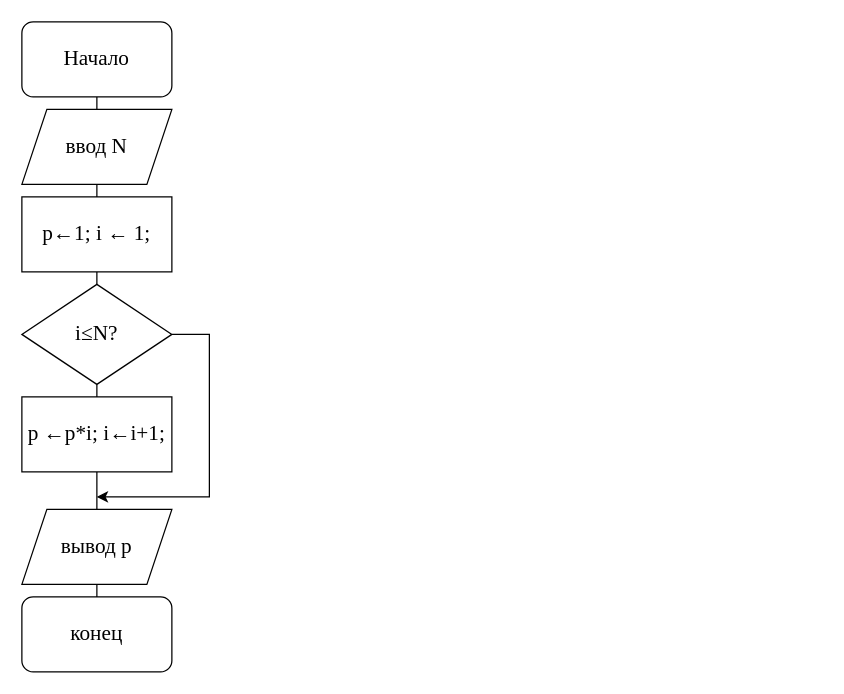
This is educational practice/alghoritm D variations.drawio from lenferer/draw.io, a draw.io file, before an edit. Source tidied: cells renumbered, new cells numbered last; positions are measured from the earlier drawing's top-left corner, leaving out a move shared by most shapes. Both pictures are drawn from the tidied source at 125%, with x=0, y=0 at pixel (21, 21).
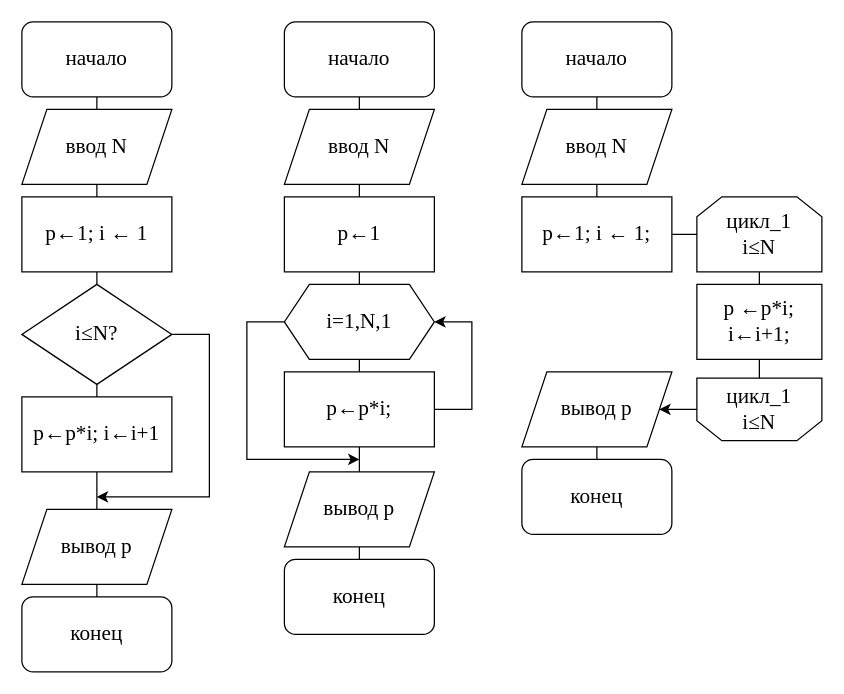
The same diagram, later.

The edit, as a diff of the source:
```diff
@@
-    <mxCell id="2" value="Начало" style="rounded=1;whiteSpace=wrap;html=1;fontFamily=Times New Roman;fontSize=17;" parent="1" vertex="1">
+    <mxCell id="2" value="начало" style="rounded=1;whiteSpace=wrap;html=1;fontFamily=Times New Roman;fontSize=17;" parent="1" vertex="1">
       <mxGeometry width="120" height="60" as="geometry" />
     </mxCell>
@@
-    <mxCell id="4" value="&lt;span style=&quot;font-size: 17px;&quot; lang=&quot;EN-US&quot;&gt;p&lt;/span&gt;&lt;span style=&quot;font-size: 17px;&quot;&gt;←1; &lt;/span&gt;&lt;span style=&quot;font-size: 17px;&quot; lang=&quot;EN-US&quot;&gt;i&lt;/span&gt;&lt;span style=&quot;font-size: 17px;&quot;&gt; ← 1;&lt;/span&gt;" style="rounded=0;whiteSpace=wrap;html=1;fontFamily=Times New Roman;fontSize=17;" parent="1" vertex="1">
+    <mxCell id="4" value="&lt;span style=&quot;font-size: 17px&quot; lang=&quot;EN-US&quot;&gt;p&lt;/span&gt;&lt;span style=&quot;font-size: 17px&quot;&gt;←1; &lt;/span&gt;&lt;span style=&quot;font-size: 17px&quot; lang=&quot;EN-US&quot;&gt;i&lt;/span&gt;&lt;span style=&quot;font-size: 17px&quot;&gt; ← 1&lt;/span&gt;" style="rounded=0;whiteSpace=wrap;html=1;fontFamily=Times New Roman;fontSize=17;" parent="1" vertex="1">
       <mxGeometry y="140" width="120" height="60" as="geometry" />
     </mxCell>
@@
-    <mxCell id="6" value="&lt;span style=&quot;font-size: 17px;&quot; lang=&quot;EN-US&quot;&gt;p&lt;/span&gt;&lt;span style=&quot;font-size: 17px;&quot;&gt; ←&lt;/span&gt;&lt;span style=&quot;font-size: 17px;&quot; lang=&quot;EN-US&quot;&gt;p&lt;/span&gt;&lt;span style=&quot;font-size: 17px;&quot;&gt;*&lt;/span&gt;&lt;span style=&quot;font-size: 17px;&quot; lang=&quot;EN-US&quot;&gt;i&lt;/span&gt;&lt;span style=&quot;font-size: 17px;&quot;&gt;; &lt;/span&gt;&lt;span style=&quot;font-size: 17px;&quot; lang=&quot;EN-US&quot;&gt;i&lt;/span&gt;&lt;span style=&quot;font-size: 17px;&quot;&gt;←&lt;/span&gt;&lt;span style=&quot;font-size: 17px;&quot; lang=&quot;EN-US&quot;&gt;i&lt;/span&gt;&lt;span style=&quot;font-size: 17px;&quot;&gt;+1;&lt;/span&gt;" style="rounded=0;whiteSpace=wrap;html=1;fontFamily=Times New Roman;fontSize=17;" parent="1" vertex="1">
+    <mxCell id="6" value="&lt;span style=&quot;font-size: 17px&quot; lang=&quot;EN-US&quot;&gt;p&lt;/span&gt;&lt;span style=&quot;font-size: 17px&quot;&gt;←&lt;/span&gt;&lt;span style=&quot;font-size: 17px&quot; lang=&quot;EN-US&quot;&gt;p&lt;/span&gt;&lt;span style=&quot;font-size: 17px&quot;&gt;*&lt;/span&gt;&lt;span style=&quot;font-size: 17px&quot; lang=&quot;EN-US&quot;&gt;i&lt;/span&gt;&lt;span style=&quot;font-size: 17px&quot;&gt;; &lt;/span&gt;&lt;span style=&quot;font-size: 17px&quot; lang=&quot;EN-US&quot;&gt;i&lt;/span&gt;&lt;span style=&quot;font-size: 17px&quot;&gt;←&lt;/span&gt;&lt;span style=&quot;font-size: 17px&quot; lang=&quot;EN-US&quot;&gt;i&lt;/span&gt;&lt;span style=&quot;font-size: 17px&quot;&gt;+1&lt;/span&gt;" style="rounded=0;whiteSpace=wrap;html=1;fontFamily=Times New Roman;fontSize=17;" parent="1" vertex="1">
       <mxGeometry y="300" width="120" height="60" as="geometry" />
     </mxCell>
@@
+    <mxCell id="16" value="начало" style="rounded=1;whiteSpace=wrap;html=1;fontFamily=Times New Roman;fontSize=17;" parent="1" vertex="1">
+      <mxGeometry x="210" width="120" height="60" as="geometry" />
+    </mxCell>
+    <mxCell id="17" value="ввод N" style="shape=parallelogram;perimeter=parallelogramPerimeter;whiteSpace=wrap;html=1;fixedSize=1;fontFamily=Times New Roman;fontSize=17;" parent="1" vertex="1">
+      <mxGeometry x="210" y="70" width="120" height="60" as="geometry" />
+    </mxCell>
+    <mxCell id="18" value="&lt;span style=&quot;font-size: 17px&quot; lang=&quot;EN-US&quot;&gt;p&lt;/span&gt;&lt;span style=&quot;font-size: 17px&quot;&gt;←1&lt;/span&gt;&lt;span style=&quot;font-size: 17px&quot; lang=&quot;EN-US&quot;&gt;&lt;/span&gt;&lt;span style=&quot;font-size: 17px&quot;&gt;&lt;br&gt;&lt;/span&gt;" style="rounded=0;whiteSpace=wrap;html=1;fontFamily=Times New Roman;fontSize=17;" parent="1" vertex="1">
+      <mxGeometry x="210" y="140" width="120" height="60" as="geometry" />
+    </mxCell>
+    <mxCell id="19" value="&lt;span style=&quot;font-size: 17px&quot; lang=&quot;EN-US&quot;&gt;p&lt;/span&gt;&lt;span style=&quot;font-size: 17px&quot;&gt;←&lt;/span&gt;&lt;span style=&quot;font-size: 17px&quot; lang=&quot;EN-US&quot;&gt;p&lt;/span&gt;&lt;span style=&quot;font-size: 17px&quot;&gt;*&lt;/span&gt;&lt;span style=&quot;font-size: 17px&quot; lang=&quot;EN-US&quot;&gt;i&lt;/span&gt;&lt;span style=&quot;font-size: 17px&quot;&gt;;&lt;/span&gt;&lt;span style=&quot;font-size: 17px&quot; lang=&quot;EN-US&quot;&gt;&lt;/span&gt;&lt;span style=&quot;font-size: 17px&quot;&gt;&lt;/span&gt;&lt;span style=&quot;font-size: 17px&quot; lang=&quot;EN-US&quot;&gt;&lt;/span&gt;" style="rounded=0;whiteSpace=wrap;html=1;fontFamily=Times New Roman;fontSize=17;" parent="1" vertex="1">
+      <mxGeometry x="210" y="280" width="120" height="60" as="geometry" />
+    </mxCell>
+    <mxCell id="20" value="конец" style="rounded=1;whiteSpace=wrap;html=1;fontFamily=Times New Roman;fontSize=17;" parent="1" vertex="1">
+      <mxGeometry x="210" y="430" width="120" height="60" as="geometry" />
+    </mxCell>
+    <mxCell id="21" value="&lt;span style=&quot;font-size: 17px;&quot;&gt;вывод &lt;/span&gt;&lt;span style=&quot;font-size: 17px;&quot; lang=&quot;EN-US&quot;&gt;p&lt;/span&gt;&lt;span style=&quot;font-size: 17px;&quot;&gt;&lt;/span&gt;" style="shape=parallelogram;perimeter=parallelogramPerimeter;whiteSpace=wrap;html=1;fixedSize=1;fontFamily=Times New Roman;fontSize=17;" parent="1" vertex="1">
+      <mxGeometry x="210" y="360" width="120" height="60" as="geometry" />
+    </mxCell>
+    <mxCell id="22" style="endArrow=none;html=1;entryX=0.5;entryY=1;entryDx=0;entryDy=0;fontFamily=Times New Roman;fontSize=17;" parent="1" edge="1" source="17" target="16">
+      <mxGeometry relative="1" as="geometry" />
+    </mxCell>
+    <mxCell id="23" style="endArrow=none;html=1;entryX=0.5;entryY=1;entryDx=0;entryDy=0;exitX=0.5;exitY=0;exitDx=0;exitDy=0;fontFamily=Times New Roman;fontSize=17;" parent="1" edge="1" source="18" target="17">
+      <mxGeometry relative="1" as="geometry" />
+    </mxCell>
+    <mxCell id="24" style="endArrow=none;html=1;exitX=0.5;exitY=0;exitDx=0;exitDy=0;entryX=0.5;entryY=1;entryDx=0;entryDy=0;fontFamily=Times New Roman;fontSize=17;" parent="1" edge="1" target="18">
+      <mxGeometry relative="1" as="geometry">
+        <mxPoint x="270" y="210" as="sourcePoint" />
+      </mxGeometry>
+    </mxCell>
+    <mxCell id="25" style="endArrow=none;html=1;exitX=0.5;exitY=0;exitDx=0;exitDy=0;fontFamily=Times New Roman;fontSize=17;entryX=0.5;entryY=1;entryDx=0;entryDy=0;" parent="1" edge="1" source="19" target="29">
+      <mxGeometry relative="1" as="geometry" />
+    </mxCell>
+    <mxCell id="26" style="endArrow=none;html=1;fontFamily=Times New Roman;fontSize=17;" parent="1" edge="1" source="21" target="19">
+      <mxGeometry relative="1" as="geometry" />
+    </mxCell>
+    <mxCell id="27" style="endArrow=none;html=1;fontFamily=Times New Roman;fontSize=17;" parent="1" edge="1" source="20" target="21">
+      <mxGeometry relative="1" as="geometry" />
+    </mxCell>
+    <mxCell id="28" style="endArrow=classic;html=1;exitX=1;exitY=0.5;exitDx=0;exitDy=0;rounded=0;fontFamily=Times New Roman;fontSize=17;entryX=1;entryY=0.5;entryDx=0;entryDy=0;" parent="1" edge="1" source="19" target="29">
+      <mxGeometry relative="1" as="geometry">
+        <Array as="points">
+          <mxPoint x="360" y="310" />
+          <mxPoint x="360" y="240" />
+        </Array>
+      </mxGeometry>
+    </mxCell>
+    <mxCell id="29" value="i=1,N,1" style="shape=hexagon;perimeter=hexagonPerimeter2;whiteSpace=wrap;html=1;fixedSize=1;fontFamily=Times New Roman;fontSize=17;" parent="1" vertex="1">
+      <mxGeometry x="210" y="210" width="120" height="60" as="geometry" />
+    </mxCell>
+    <mxCell id="30" style="endArrow=classic;html=1;fontFamily=Times New Roman;fontSize=17;exitX=0;exitY=0.5;exitDx=0;exitDy=0;rounded=0;" parent="1" edge="1" source="29">
+      <mxGeometry relative="1" as="geometry">
+        <mxPoint x="270" y="350" as="targetPoint" />
+        <Array as="points">
+          <mxPoint x="180" y="240" />
+          <mxPoint x="180" y="350" />
+        </Array>
+      </mxGeometry>
+    </mxCell>
+    <mxCell id="31" value="начало" style="rounded=1;whiteSpace=wrap;html=1;fontFamily=Times New Roman;fontSize=17;" parent="1" vertex="1">
+      <mxGeometry x="400" width="120" height="60" as="geometry" />
+    </mxCell>
+    <mxCell id="32" value="ввод N" style="shape=parallelogram;perimeter=parallelogramPerimeter;whiteSpace=wrap;html=1;fixedSize=1;fontFamily=Times New Roman;fontSize=17;" parent="1" vertex="1">
+      <mxGeometry x="400" y="70" width="120" height="60" as="geometry" />
+    </mxCell>
+    <mxCell id="33" value="&lt;span style=&quot;font-size: 17px;&quot; lang=&quot;EN-US&quot;&gt;p&lt;/span&gt;&lt;span style=&quot;font-size: 17px;&quot;&gt;←1; &lt;/span&gt;&lt;span style=&quot;font-size: 17px;&quot; lang=&quot;EN-US&quot;&gt;i&lt;/span&gt;&lt;span style=&quot;font-size: 17px;&quot;&gt; ← 1;&lt;/span&gt;" style="rounded=0;whiteSpace=wrap;html=1;fontFamily=Times New Roman;fontSize=17;" parent="1" vertex="1">
+      <mxGeometry x="400" y="140" width="120" height="60" as="geometry" />
+    </mxCell>
+    <mxCell id="34" value="&lt;span style=&quot;font-size: 17px;&quot; lang=&quot;EN-US&quot;&gt;p&lt;/span&gt;&lt;span style=&quot;font-size: 17px;&quot;&gt; ←&lt;/span&gt;&lt;span style=&quot;font-size: 17px;&quot; lang=&quot;EN-US&quot;&gt;p&lt;/span&gt;&lt;span style=&quot;font-size: 17px;&quot;&gt;*&lt;/span&gt;&lt;span style=&quot;font-size: 17px;&quot; lang=&quot;EN-US&quot;&gt;i&lt;/span&gt;&lt;span style=&quot;font-size: 17px;&quot;&gt;; &lt;/span&gt;&lt;span style=&quot;font-size: 17px;&quot; lang=&quot;EN-US&quot;&gt;i&lt;/span&gt;&lt;span style=&quot;font-size: 17px;&quot;&gt;←&lt;/span&gt;&lt;span style=&quot;font-size: 17px;&quot; lang=&quot;EN-US&quot;&gt;i&lt;/span&gt;&lt;span style=&quot;font-size: 17px;&quot;&gt;+1;&lt;/span&gt;" style="rounded=0;whiteSpace=wrap;html=1;fontFamily=Times New Roman;fontSize=17;" parent="1" vertex="1">
+      <mxGeometry x="540" y="210" width="100" height="60" as="geometry" />
+    </mxCell>
+    <mxCell id="35" value="конец" style="rounded=1;whiteSpace=wrap;html=1;fontFamily=Times New Roman;fontSize=17;" parent="1" vertex="1">
+      <mxGeometry x="400" y="350" width="120" height="60" as="geometry" />
+    </mxCell>
+    <mxCell id="36" value="&lt;span style=&quot;font-size: 17px;&quot;&gt;вывод &lt;/span&gt;&lt;span style=&quot;font-size: 17px;&quot; lang=&quot;EN-US&quot;&gt;p&lt;/span&gt;&lt;span style=&quot;font-size: 17px;&quot;&gt;&lt;/span&gt;" style="shape=parallelogram;perimeter=parallelogramPerimeter;whiteSpace=wrap;html=1;fixedSize=1;fontFamily=Times New Roman;fontSize=17;" parent="1" vertex="1">
+      <mxGeometry x="400" y="280" width="120" height="60" as="geometry" />
+    </mxCell>
+    <mxCell id="37" style="endArrow=none;html=1;entryX=0.5;entryY=1;entryDx=0;entryDy=0;fontFamily=Times New Roman;fontSize=17;" parent="1" edge="1" source="32" target="31">
+      <mxGeometry relative="1" as="geometry" />
+    </mxCell>
+    <mxCell id="38" style="endArrow=none;html=1;entryX=0.5;entryY=1;entryDx=0;entryDy=0;exitX=0.5;exitY=0;exitDx=0;exitDy=0;fontFamily=Times New Roman;fontSize=17;" parent="1" edge="1" source="33" target="32">
+      <mxGeometry relative="1" as="geometry" />
+    </mxCell>
+    <mxCell id="39" style="endArrow=none;html=1;fontFamily=Times New Roman;fontSize=17;entryX=1;entryY=0.5;entryDx=0;entryDy=0;" parent="1" edge="1" target="33">
+      <mxGeometry relative="1" as="geometry">
+        <mxPoint x="558" y="170" as="sourcePoint" />
+      </mxGeometry>
+    </mxCell>
+    <mxCell id="40" style="endArrow=none;html=1;exitX=0.5;exitY=0;exitDx=0;exitDy=0;fontFamily=Times New Roman;fontSize=17;entryX=0.5;entryY=1;entryDx=0;entryDy=0;" parent="1" edge="1" source="34" target="42">
+      <mxGeometry relative="1" as="geometry" />
+    </mxCell>
+    <mxCell id="41" style="endArrow=none;html=1;fontFamily=Times New Roman;fontSize=17;" parent="1" edge="1" source="35" target="36">
+      <mxGeometry relative="1" as="geometry" />
+    </mxCell>
+    <mxCell id="42" value="&lt;div&gt;цикл_1&lt;/div&gt;&lt;div&gt;&lt;span style=&quot;font-size: 17px&quot; lang=&quot;EN-US&quot;&gt;i&lt;/span&gt;&lt;span style=&quot;font-size: 17px&quot;&gt;≤&lt;/span&gt;&lt;span style=&quot;font-size: 17px&quot; lang=&quot;EN-US&quot;&gt;N&lt;/span&gt;&lt;/div&gt;" style="shape=loopLimit;whiteSpace=wrap;html=1;fontFamily=Times New Roman;fontSize=17;" parent="1" vertex="1">
+      <mxGeometry x="540" y="140" width="100" height="60" as="geometry" />
+    </mxCell>
+    <mxCell id="43" value="&lt;div&gt;цикл_1&lt;/div&gt;&lt;div&gt;&lt;span style=&quot;font-size: 17px&quot; lang=&quot;EN-US&quot;&gt;i&lt;/span&gt;&lt;span style=&quot;font-size: 17px&quot;&gt;≤&lt;/span&gt;&lt;span style=&quot;font-size: 17px&quot; lang=&quot;EN-US&quot;&gt;N&lt;/span&gt;&lt;/div&gt;" style="shape=loopLimit;whiteSpace=wrap;html=1;fontFamily=Times New Roman;fontSize=17;direction=west;" parent="1" vertex="1">
+      <mxGeometry x="540" y="285" width="100" height="50" as="geometry" />
+    </mxCell>
+    <mxCell id="44" style="endArrow=none;html=1;fontFamily=Times New Roman;fontSize=17;entryX=0.5;entryY=1;entryDx=0;entryDy=0;" parent="1" edge="1" source="43" target="34">
+      <mxGeometry relative="1" as="geometry" />
+    </mxCell>
+    <mxCell id="45" style="endArrow=classic;html=1;fontFamily=Times New Roman;fontSize=17;exitX=1;exitY=0.5;exitDx=0;exitDy=0;" parent="1" edge="1" source="43" target="36">
+      <mxGeometry relative="1" as="geometry" />
+    </mxCell>
```
